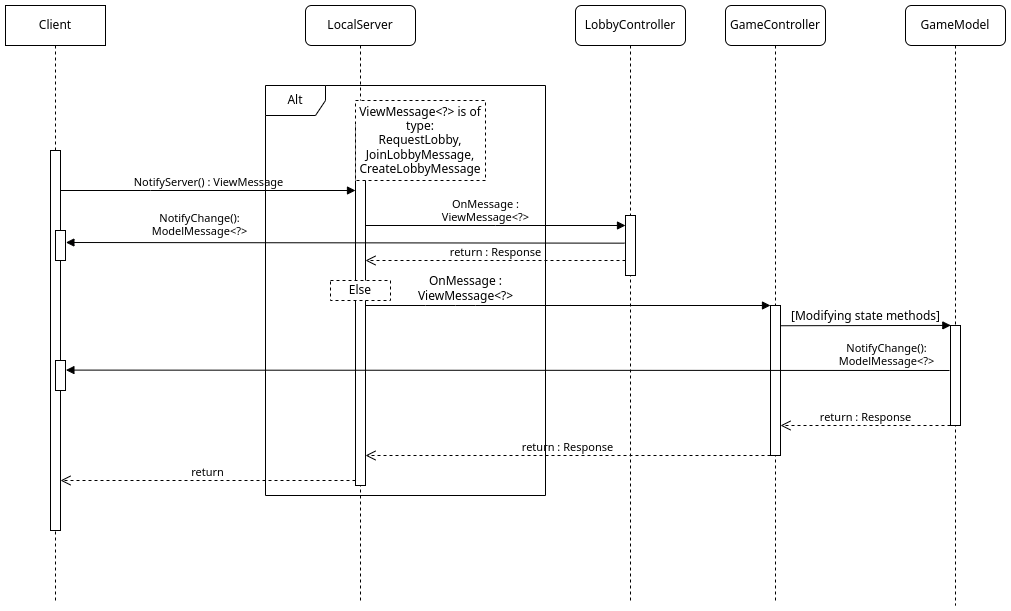
Before: deliveries/archive/second_peer_review/diagrams/RMISequenceDiagram.drawio.png, a diagram exported from draw.io (dede1751/ing-sw-2023-sgobbi-scardia-sciaky-simei). Source tidied: cells renumbered, new cells last; positions are measured from the earlier drawing's top-left corner, leaving out a move shared by most shapes. Its diagram source:
```xml
<mxGraphModel>
  <root>
    <mxCell id="0" />
    <mxCell id="1" parent="0" />
    <mxCell id="2" value="Client" style="shape=umlLifeline;perimeter=lifelinePerimeter;whiteSpace=wrap;html=1;newEdgeStyle={&quot;edgeStyle&quot;:&quot;elbowEdgeStyle&quot;,&quot;elbow&quot;:&quot;vertical&quot;,&quot;curved&quot;:0,&quot;rounded&quot;:0};" parent="1" vertex="1">
      <mxGeometry width="100" height="595" as="geometry" />
    </mxCell>
    <mxCell id="3" value="NotifyServer() : ViewMessage" style="html=1;verticalAlign=bottom;endArrow=block;edgeStyle=elbowEdgeStyle;elbow=vertical;curved=0;rounded=0;" parent="1" edge="1" source="22">
      <mxGeometry relative="1" as="geometry">
        <mxPoint x="350" y="185" as="targetPoint" />
        <Array as="points">
          <mxPoint x="145" y="185" />
        </Array>
      </mxGeometry>
    </mxCell>
    <mxCell id="4" value="LocalServer" style="shape=umlLifeline;perimeter=lifelinePerimeter;whiteSpace=wrap;html=1;rounded=1;shadow=0;comic=0;labelBackgroundColor=none;strokeWidth=1;fontFamily=Verdana;fontSize=12;align=center;" parent="1" vertex="1">
      <mxGeometry x="300" width="110" height="595" as="geometry" />
    </mxCell>
    <mxCell id="5" style="html=1;perimeter=orthogonalPerimeter;rounded=0;shadow=0;comic=0;labelBackgroundColor=none;strokeWidth=1;fontFamily=Verdana;fontSize=12;align=center;" parent="4" vertex="1">
      <mxGeometry x="50" y="120" width="10" height="360" as="geometry" />
    </mxCell>
    <mxCell id="6" value="GameController" style="shape=umlLifeline;perimeter=lifelinePerimeter;whiteSpace=wrap;html=1;rounded=1;shadow=0;comic=0;labelBackgroundColor=none;strokeWidth=1;fontFamily=Verdana;fontSize=12;align=center;" parent="1" vertex="1">
      <mxGeometry x="720" width="100" height="595" as="geometry" />
    </mxCell>
    <mxCell id="7" style="html=1;points=[];perimeter=orthogonalPerimeter;rounded=0;shadow=0;comic=0;labelBackgroundColor=none;strokeWidth=1;fontFamily=Verdana;fontSize=12;align=center;" parent="6" vertex="1">
      <mxGeometry x="45" y="300" width="10" height="150" as="geometry" />
    </mxCell>
    <mxCell id="8" value="return : Response" style="html=1;verticalAlign=bottom;endArrow=open;dashed=1;endSize=8;edgeStyle=elbowEdgeStyle;elbow=vertical;curved=0;rounded=0;" parent="6" edge="1">
      <mxGeometry relative="1" as="geometry">
        <mxPoint x="45" y="450" as="sourcePoint" />
        <mxPoint x="-360" y="450" as="targetPoint" />
      </mxGeometry>
    </mxCell>
    <mxCell id="9" value="NotifyChange():&lt;br&gt;ModelMessage&amp;lt;?&amp;gt;" style="html=1;verticalAlign=bottom;endArrow=block;elbow=vertical;rounded=0;entryX=1.04;entryY=0.32;entryDx=0;entryDy=0;entryPerimeter=0;" parent="6" edge="1" target="25">
      <mxGeometry x="-0.86" y="-1" relative="1" as="geometry">
        <mxPoint x="224" y="365" as="sourcePoint" />
      </mxGeometry>
    </mxCell>
    <mxCell id="10" value="OnMessage :&lt;br&gt;ViewMessage&amp;lt;?&amp;gt;" style="html=1;verticalAlign=bottom;endArrow=block;labelBackgroundColor=none;fontFamily=Verdana;fontSize=12;elbow=vertical;rounded=0;" parent="1" edge="1" target="7">
      <mxGeometry x="-0.51" relative="1" as="geometry">
        <mxPoint x="360" y="300" as="sourcePoint" />
        <Array as="points">
          <mxPoint x="420" y="300" />
          <mxPoint x="450" y="300" />
          <mxPoint x="470" y="300" />
        </Array>
      </mxGeometry>
    </mxCell>
    <mxCell id="11" value="Alt" style="shape=umlFrame;whiteSpace=wrap;html=1;" parent="1" vertex="1">
      <mxGeometry x="260" y="80" width="280" height="410" as="geometry" />
    </mxCell>
    <mxCell id="12" value="GameModel" style="shape=umlLifeline;perimeter=lifelinePerimeter;whiteSpace=wrap;html=1;rounded=1;shadow=0;comic=0;labelBackgroundColor=none;strokeWidth=1;fontFamily=Verdana;fontSize=12;align=center;size=40;" parent="1" vertex="1">
      <mxGeometry x="900" width="100" height="600" as="geometry" />
    </mxCell>
    <mxCell id="13" style="html=1;points=[];perimeter=orthogonalPerimeter;rounded=0;shadow=0;comic=0;labelBackgroundColor=none;strokeWidth=1;fontFamily=Verdana;fontSize=12;align=center;" parent="12" vertex="1">
      <mxGeometry x="45" y="320" width="10" height="100" as="geometry" />
    </mxCell>
    <mxCell id="14" value="return : Response" style="html=1;verticalAlign=bottom;endArrow=open;dashed=1;endSize=8;edgeStyle=elbowEdgeStyle;elbow=vertical;curved=0;rounded=0;" parent="12" edge="1" target="7">
      <mxGeometry relative="1" as="geometry">
        <mxPoint x="45" y="420" as="sourcePoint" />
      </mxGeometry>
    </mxCell>
    <mxCell id="15" value="Else&lt;br&gt;" style="html=1;whiteSpace=wrap;dashed=1;" parent="1" vertex="1">
      <mxGeometry x="325" y="275" width="60" height="20" as="geometry" />
    </mxCell>
    <mxCell id="16" value="[Modifying state methods]" style="html=1;verticalAlign=bottom;endArrow=block;labelBackgroundColor=none;fontFamily=Verdana;fontSize=12;elbow=vertical;rounded=0;entryX=0.033;entryY=-0.001;entryDx=0;entryDy=0;entryPerimeter=0;exitX=0.98;exitY=0.135;exitDx=0;exitDy=0;exitPerimeter=0;" parent="1" edge="1" source="7" target="13">
      <mxGeometry relative="1" as="geometry" />
    </mxCell>
    <mxCell id="17" value="LobbyController" style="shape=umlLifeline;perimeter=lifelinePerimeter;whiteSpace=wrap;html=1;rounded=1;shadow=0;comic=0;labelBackgroundColor=none;strokeWidth=1;fontFamily=Verdana;fontSize=12;align=center;" parent="1" vertex="1">
      <mxGeometry x="570" width="110" height="595" as="geometry" />
    </mxCell>
    <mxCell id="18" style="html=1;points=[];perimeter=orthogonalPerimeter;rounded=0;shadow=0;comic=0;labelBackgroundColor=none;strokeWidth=1;fontFamily=Verdana;fontSize=12;align=center;" parent="17" vertex="1">
      <mxGeometry x="50" y="210" width="10" height="60" as="geometry" />
    </mxCell>
    <mxCell id="19" value="OnMessage :&lt;br&gt;ViewMessage&amp;lt;?&amp;gt;" style="html=1;verticalAlign=bottom;endArrow=block;edgeStyle=elbowEdgeStyle;elbow=vertical;curved=0;rounded=0;" parent="1" edge="1">
      <mxGeometry x="-0.08" relative="1" as="geometry">
        <mxPoint x="360" y="220" as="sourcePoint" />
        <mxPoint x="620" y="220" as="targetPoint" />
      </mxGeometry>
    </mxCell>
    <mxCell id="20" value="return : Response" style="html=1;verticalAlign=bottom;endArrow=open;dashed=1;endSize=8;edgeStyle=elbowEdgeStyle;elbow=vertical;curved=0;rounded=0;" parent="1" edge="1">
      <mxGeometry relative="1" as="geometry">
        <mxPoint x="620" y="255" as="sourcePoint" />
        <mxPoint x="360" y="255.1" as="targetPoint" />
      </mxGeometry>
    </mxCell>
    <mxCell id="21" value="ViewMessage&amp;lt;?&amp;gt; is of type:&lt;br&gt;RequestLobby,&lt;br&gt;JoinLobbyMessage,&lt;br&gt;CreateLobbyMessage&lt;br&gt;" style="html=1;whiteSpace=wrap;dashed=1;" parent="1" vertex="1">
      <mxGeometry x="350" y="95" width="130" height="80" as="geometry" />
    </mxCell>
    <mxCell id="22" style="html=1;points=[];perimeter=orthogonalPerimeter;outlineConnect=0;targetShapes=umlLifeline;portConstraint=eastwest;newEdgeStyle={&quot;edgeStyle&quot;:&quot;elbowEdgeStyle&quot;,&quot;elbow&quot;:&quot;vertical&quot;,&quot;curved&quot;:0,&quot;rounded&quot;:0};" parent="1" vertex="1">
      <mxGeometry x="45" y="145" width="10" height="380" as="geometry" />
    </mxCell>
    <mxCell id="23" value="NotifyChange():&lt;br&gt;ModelMessage&amp;lt;?&amp;gt;" style="html=1;verticalAlign=bottom;endArrow=block;edgeStyle=elbowEdgeStyle;elbow=vertical;curved=0;rounded=0;exitX=-0.083;exitY=0.461;exitDx=0;exitDy=0;exitPerimeter=0;entryX=1.04;entryY=0.373;entryDx=0;entryDy=0;entryPerimeter=0;" parent="1" edge="1" source="18" target="24">
      <mxGeometry x="0.52" y="-3" relative="1" as="geometry" />
    </mxCell>
    <mxCell id="24" style="html=1;points=[];perimeter=orthogonalPerimeter;rounded=0;shadow=0;comic=0;labelBackgroundColor=none;strokeWidth=1;fontFamily=Verdana;fontSize=12;align=center;" parent="1" vertex="1">
      <mxGeometry x="50" y="225" width="10" height="30" as="geometry" />
    </mxCell>
    <mxCell id="25" style="html=1;points=[];perimeter=orthogonalPerimeter;rounded=0;shadow=0;comic=0;labelBackgroundColor=none;strokeWidth=1;fontFamily=Verdana;fontSize=12;align=center;" parent="1" vertex="1">
      <mxGeometry x="50" y="355" width="10" height="30" as="geometry" />
    </mxCell>
    <mxCell id="26" value="return" style="html=1;verticalAlign=bottom;endArrow=open;dashed=1;endSize=8;edgeStyle=elbowEdgeStyle;elbow=vertical;curved=0;rounded=0;" parent="1" edge="1" target="22">
      <mxGeometry relative="1" as="geometry">
        <mxPoint x="350" y="475" as="sourcePoint" />
      </mxGeometry>
    </mxCell>
  </root>
</mxGraphModel>
```
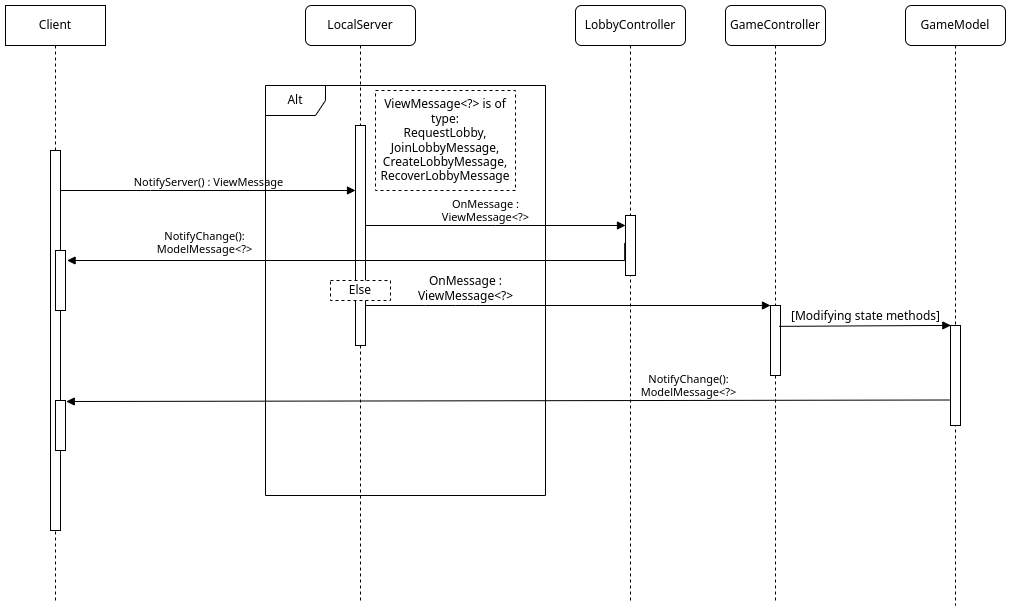
After the commit.

Diff of the diagram source:
```diff
@@ -17,25 +17,14 @@
       <mxGeometry x="300" width="110" height="595" as="geometry" />
     </mxCell>
     <mxCell id="5" style="html=1;perimeter=orthogonalPerimeter;rounded=0;shadow=0;comic=0;labelBackgroundColor=none;strokeWidth=1;fontFamily=Verdana;fontSize=12;align=center;" parent="4" vertex="1">
-      <mxGeometry x="50" y="120" width="10" height="360" as="geometry" />
+      <mxGeometry x="50" y="120" width="10" height="220" as="geometry" />
     </mxCell>
     <mxCell id="6" value="GameController" style="shape=umlLifeline;perimeter=lifelinePerimeter;whiteSpace=wrap;html=1;rounded=1;shadow=0;comic=0;labelBackgroundColor=none;strokeWidth=1;fontFamily=Verdana;fontSize=12;align=center;" parent="1" vertex="1">
       <mxGeometry x="720" width="100" height="595" as="geometry" />
     </mxCell>
     <mxCell id="7" style="html=1;points=[];perimeter=orthogonalPerimeter;rounded=0;shadow=0;comic=0;labelBackgroundColor=none;strokeWidth=1;fontFamily=Verdana;fontSize=12;align=center;" parent="6" vertex="1">
-      <mxGeometry x="45" y="300" width="10" height="150" as="geometry" />
+      <mxGeometry x="45" y="300" width="10" height="70" as="geometry" />
     </mxCell>
-    <mxCell id="8" value="return : Response" style="html=1;verticalAlign=bottom;endArrow=open;dashed=1;endSize=8;edgeStyle=elbowEdgeStyle;elbow=vertical;curved=0;rounded=0;" parent="6" edge="1">
-      <mxGeometry relative="1" as="geometry">
-        <mxPoint x="45" y="450" as="sourcePoint" />
-        <mxPoint x="-360" y="450" as="targetPoint" />
-      </mxGeometry>
-    </mxCell>
-    <mxCell id="9" value="NotifyChange():&lt;br&gt;ModelMessage&amp;lt;?&amp;gt;" style="html=1;verticalAlign=bottom;endArrow=block;elbow=vertical;rounded=0;entryX=1.04;entryY=0.32;entryDx=0;entryDy=0;entryPerimeter=0;" parent="6" edge="1" target="25">
-      <mxGeometry x="-0.86" y="-1" relative="1" as="geometry">
-        <mxPoint x="224" y="365" as="sourcePoint" />
-      </mxGeometry>
-    </mxCell>
     <mxCell id="10" value="OnMessage :&lt;br&gt;ViewMessage&amp;lt;?&amp;gt;" style="html=1;verticalAlign=bottom;endArrow=block;labelBackgroundColor=none;fontFamily=Verdana;fontSize=12;elbow=vertical;rounded=0;" parent="1" edge="1" target="7">
       <mxGeometry x="-0.51" relative="1" as="geometry">
         <mxPoint x="360" y="300" as="sourcePoint" />
@@ -55,15 +44,10 @@
     <mxCell id="13" style="html=1;points=[];perimeter=orthogonalPerimeter;rounded=0;shadow=0;comic=0;labelBackgroundColor=none;strokeWidth=1;fontFamily=Verdana;fontSize=12;align=center;" parent="12" vertex="1">
       <mxGeometry x="45" y="320" width="10" height="100" as="geometry" />
     </mxCell>
-    <mxCell id="14" value="return : Response" style="html=1;verticalAlign=bottom;endArrow=open;dashed=1;endSize=8;edgeStyle=elbowEdgeStyle;elbow=vertical;curved=0;rounded=0;" parent="12" edge="1" target="7">
-      <mxGeometry relative="1" as="geometry">
-        <mxPoint x="45" y="420" as="sourcePoint" />
-      </mxGeometry>
-    </mxCell>
     <mxCell id="15" value="Else&lt;br&gt;" style="html=1;whiteSpace=wrap;dashed=1;" parent="1" vertex="1">
       <mxGeometry x="325" y="275" width="60" height="20" as="geometry" />
     </mxCell>
-    <mxCell id="16" value="[Modifying state methods]" style="html=1;verticalAlign=bottom;endArrow=block;labelBackgroundColor=none;fontFamily=Verdana;fontSize=12;elbow=vertical;rounded=0;entryX=0.033;entryY=-0.001;entryDx=0;entryDy=0;entryPerimeter=0;exitX=0.98;exitY=0.135;exitDx=0;exitDy=0;exitPerimeter=0;" parent="1" edge="1" source="7" target="13">
+    <mxCell id="16" value="[Modifying state methods]" style="html=1;verticalAlign=bottom;endArrow=block;labelBackgroundColor=none;fontFamily=Verdana;fontSize=12;elbow=vertical;rounded=0;entryX=0.033;entryY=-0.001;entryDx=0;entryDy=0;entryPerimeter=0;exitX=0.862;exitY=0.298;exitDx=0;exitDy=0;exitPerimeter=0;" parent="1" edge="1" source="7" target="13">
       <mxGeometry relative="1" as="geometry" />
     </mxCell>
     <mxCell id="17" value="LobbyController" style="shape=umlLifeline;perimeter=lifelinePerimeter;whiteSpace=wrap;html=1;rounded=1;shadow=0;comic=0;labelBackgroundColor=none;strokeWidth=1;fontFamily=Verdana;fontSize=12;align=center;" parent="1" vertex="1">
@@ -78,31 +62,27 @@
         <mxPoint x="620" y="220" as="targetPoint" />
       </mxGeometry>
     </mxCell>
-    <mxCell id="20" value="return : Response" style="html=1;verticalAlign=bottom;endArrow=open;dashed=1;endSize=8;edgeStyle=elbowEdgeStyle;elbow=vertical;curved=0;rounded=0;" parent="1" edge="1">
-      <mxGeometry relative="1" as="geometry">
-        <mxPoint x="620" y="255" as="sourcePoint" />
-        <mxPoint x="360" y="255.1" as="targetPoint" />
-      </mxGeometry>
-    </mxCell>
-    <mxCell id="21" value="ViewMessage&amp;lt;?&amp;gt; is of type:&lt;br&gt;RequestLobby,&lt;br&gt;JoinLobbyMessage,&lt;br&gt;CreateLobbyMessage&lt;br&gt;" style="html=1;whiteSpace=wrap;dashed=1;" parent="1" vertex="1">
-      <mxGeometry x="350" y="95" width="130" height="80" as="geometry" />
+    <mxCell id="21" value="ViewMessage&amp;lt;?&amp;gt; is of type:&lt;br&gt;RequestLobby,&lt;br&gt;JoinLobbyMessage,&lt;br&gt;CreateLobbyMessage,&lt;br&gt;RecoverLobbyMessage" style="html=1;whiteSpace=wrap;dashed=1;" parent="1" vertex="1">
+      <mxGeometry x="370" y="85" width="140" height="100" as="geometry" />
     </mxCell>
     <mxCell id="22" style="html=1;points=[];perimeter=orthogonalPerimeter;outlineConnect=0;targetShapes=umlLifeline;portConstraint=eastwest;newEdgeStyle={&quot;edgeStyle&quot;:&quot;elbowEdgeStyle&quot;,&quot;elbow&quot;:&quot;vertical&quot;,&quot;curved&quot;:0,&quot;rounded&quot;:0};" parent="1" vertex="1">
       <mxGeometry x="45" y="145" width="10" height="380" as="geometry" />
     </mxCell>
-    <mxCell id="23" value="NotifyChange():&lt;br&gt;ModelMessage&amp;lt;?&amp;gt;" style="html=1;verticalAlign=bottom;endArrow=block;edgeStyle=elbowEdgeStyle;elbow=vertical;curved=0;rounded=0;exitX=-0.083;exitY=0.461;exitDx=0;exitDy=0;exitPerimeter=0;entryX=1.04;entryY=0.373;entryDx=0;entryDy=0;entryPerimeter=0;" parent="1" edge="1" source="18" target="24">
-      <mxGeometry x="0.52" y="-3" relative="1" as="geometry" />
+    <mxCell id="23" value="NotifyChange():&lt;br&gt;ModelMessage&amp;lt;?&amp;gt;" style="html=1;verticalAlign=bottom;endArrow=block;edgeStyle=elbowEdgeStyle;elbow=vertical;curved=0;rounded=0;exitX=-0.083;exitY=0.461;exitDx=0;exitDy=0;exitPerimeter=0;entryX=1.16;entryY=0.153;entryDx=0;entryDy=0;entryPerimeter=0;" parent="1" edge="1" source="18" target="24">
+      <mxGeometry x="0.52" y="-3" relative="1" as="geometry">
+        <Array as="points">
+          <mxPoint x="300" y="255" />
+        </Array>
+      </mxGeometry>
     </mxCell>
     <mxCell id="24" style="html=1;points=[];perimeter=orthogonalPerimeter;rounded=0;shadow=0;comic=0;labelBackgroundColor=none;strokeWidth=1;fontFamily=Verdana;fontSize=12;align=center;" parent="1" vertex="1">
-      <mxGeometry x="50" y="225" width="10" height="30" as="geometry" />
+      <mxGeometry x="50" y="245" width="10" height="60" as="geometry" />
     </mxCell>
     <mxCell id="25" style="html=1;points=[];perimeter=orthogonalPerimeter;rounded=0;shadow=0;comic=0;labelBackgroundColor=none;strokeWidth=1;fontFamily=Verdana;fontSize=12;align=center;" parent="1" vertex="1">
-      <mxGeometry x="50" y="355" width="10" height="30" as="geometry" />
+      <mxGeometry x="50" y="395" width="10" height="50" as="geometry" />
     </mxCell>
-    <mxCell id="26" value="return" style="html=1;verticalAlign=bottom;endArrow=open;dashed=1;endSize=8;edgeStyle=elbowEdgeStyle;elbow=vertical;curved=0;rounded=0;" parent="1" edge="1" target="22">
-      <mxGeometry relative="1" as="geometry">
-        <mxPoint x="350" y="475" as="sourcePoint" />
-      </mxGeometry>
-    </mxCell>
+    <mxCell id="9" value="NotifyChange():&lt;br&gt;ModelMessage&amp;lt;?&amp;gt;" style="html=1;verticalAlign=bottom;endArrow=block;elbow=vertical;rounded=0;entryX=1.077;entryY=0.02;entryDx=0;entryDy=0;entryPerimeter=0;exitX=-0.058;exitY=0.745;exitDx=0;exitDy=0;exitPerimeter=0;" parent="1" edge="1" source="13" target="25">
+      <mxGeometry x="-0.41" relative="1" as="geometry" />
+    </mxCell>
   </root>
 </mxGraphModel>
```
